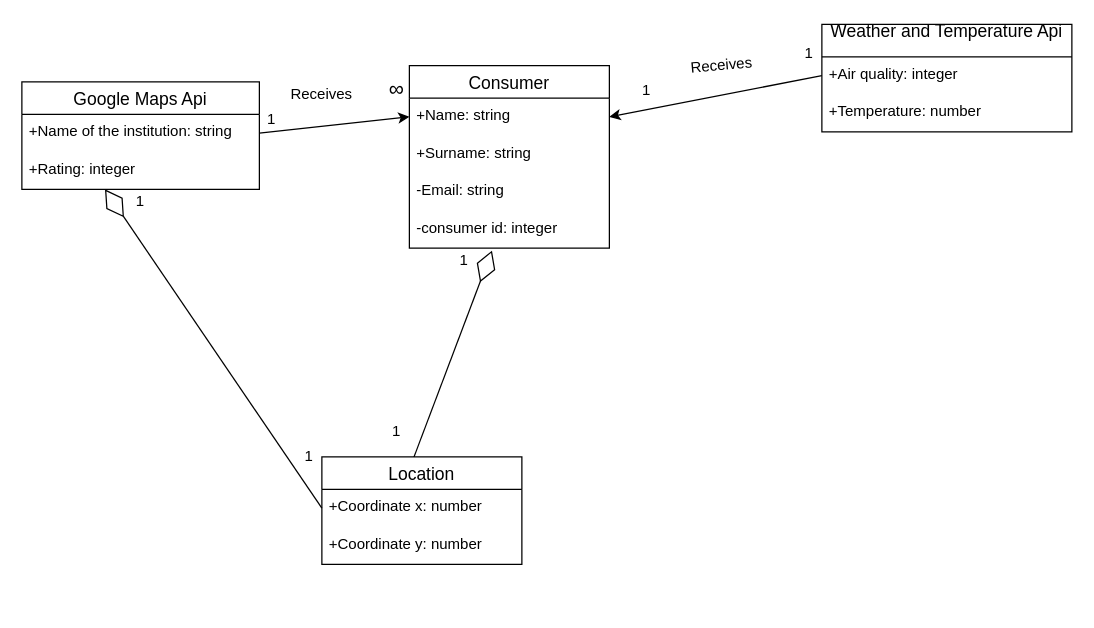
Earlier version of the draw.io diagram 2-SoftwareDesign/2.5-UMLProgramClasses/UMLProgramClasses.drawio (oleksandrblazhko/ai204-maksimenko). Source tidied: cells renumbered, new cells numbered last; positions are measured from the earlier drawing's top-left corner, leaving out a move shared by most shapes. Both pictures are drawn from the tidied source at 125%, with x=0, y=0 at pixel (21, 24).
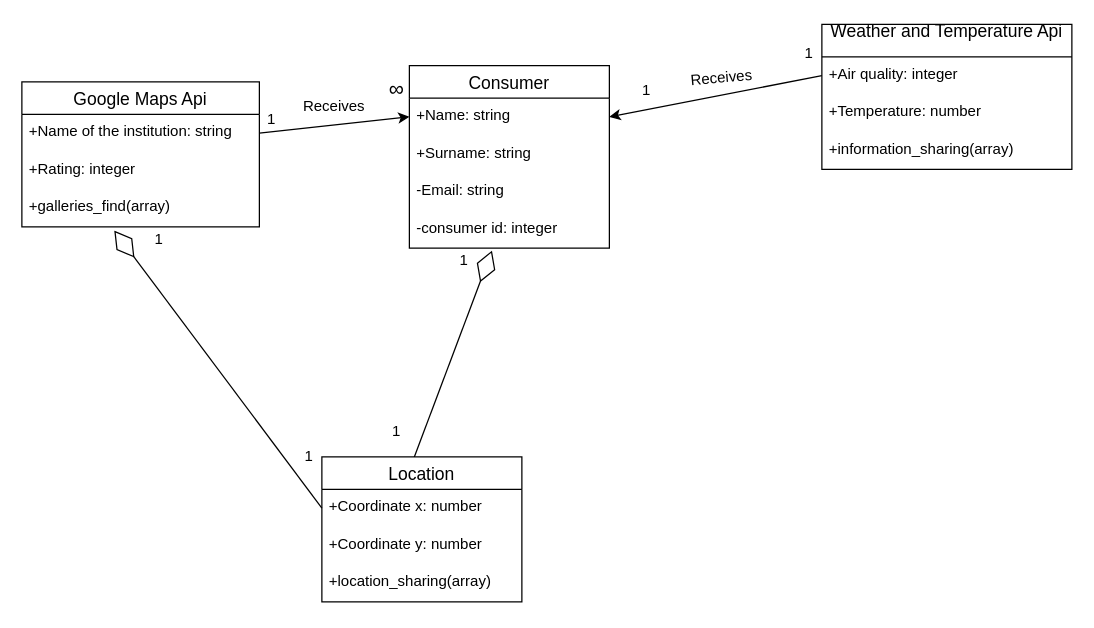
The same page after the edit.

Unchanged cells that the change refers to:
```xml
<mxCell id="4" value="+Rating: integer" style="text;strokeColor=none;fillColor=none;spacingLeft=4;spacingRight=4;overflow=hidden;points=[[0,0.5],[1,0.5]];portConstraint=eastwest;fontSize=12;" parent="2" vertex="1">
  <mxGeometry y="56" width="190" height="30" as="geometry" />
</mxCell>
<mxCell id="28" value="+Coordinate x: number" style="text;strokeColor=none;fillColor=none;spacingLeft=4;spacingRight=4;overflow=hidden;points=[[0,0.5],[1,0.5]];portConstraint=eastwest;fontSize=12;" parent="27" vertex="1">
  <mxGeometry y="26" width="160" height="30" as="geometry" />
</mxCell>
```

Change to the diagram source:
```diff
@@
     <mxCell id="2" value="Google Maps Api" style="swimlane;fontStyle=0;horizontal=1;startSize=26;align=center;fontSize=14;" parent="1" vertex="1">
-      <mxGeometry y="46" width="190" height="86" as="geometry" />
+      <mxGeometry y="46" width="190" height="116" as="geometry" />
     </mxCell>
@@
+    <mxCell id="30" value="+galleries_find(array)" style="text;strokeColor=none;fillColor=none;spacingLeft=4;spacingRight=4;overflow=hidden;points=[[0,0.5],[1,0.5]];portConstraint=eastwest;fontSize=12;" parent="2" vertex="1">
+      <mxGeometry y="86" width="190" height="30" as="geometry" />
+    </mxCell>
@@
     <mxCell id="7" value="Receives" style="text;html=1;strokeColor=none;fillColor=none;align=center;verticalAlign=middle;whiteSpace=wrap;rounded=0;" parent="1" vertex="1">
-      <mxGeometry x="200" y="46" width="80" height="20" as="geometry" />
+      <mxGeometry x="210" y="56" width="80" height="20" as="geometry" />
     </mxCell>
@@
-    <mxCell id="9" style="endArrow=diamondThin;endFill=0;endSize=24;html=1;exitX=0;exitY=0.5;exitDx=0;exitDy=0;entryX=0.35;entryY=1;entryDx=0;entryDy=0;entryPerimeter=0;" parent="1" edge="1" source="28" target="4">
+    <mxCell id="9" style="endArrow=diamondThin;endFill=0;endSize=24;html=1;exitX=0;exitY=0.5;exitDx=0;exitDy=0;entryX=0.389;entryY=1.1;entryDx=0;entryDy=0;entryPerimeter=0;" parent="1" edge="1" source="28" target="30">
       <mxGeometry relative="1" as="geometry" />
     </mxCell>
@@
     <mxCell id="12" value="1" style="text;html=1;strokeColor=none;fillColor=none;align=center;verticalAlign=middle;whiteSpace=wrap;rounded=0;" parent="1" vertex="1">
-      <mxGeometry x="75" y="132" width="40" height="20" as="geometry" />
+      <mxGeometry x="90" y="162" width="40" height="20" as="geometry" />
     </mxCell>
@@
     <mxCell id="14" value="Receives" style="text;html=1;strokeColor=none;fillColor=none;align=center;verticalAlign=middle;whiteSpace=wrap;rounded=0;rotation=-5;" parent="1" vertex="1">
-      <mxGeometry x="520" y="23" width="80" height="20" as="geometry" />
+      <mxGeometry x="520" y="33" width="80" height="20" as="geometry" />
     </mxCell>
@@
     <mxCell id="19" value="Weather and Temperature Api&#10;" style="swimlane;fontStyle=0;horizontal=1;startSize=26;align=center;fontSize=14;" parent="1" vertex="1">
-      <mxGeometry x="640" width="200" height="86" as="geometry" />
+      <mxGeometry x="640" width="200" height="116" as="geometry" />
     </mxCell>
@@
+    <mxCell id="31" value="+information_sharing(array)" style="text;strokeColor=none;fillColor=none;spacingLeft=4;spacingRight=4;overflow=hidden;fontSize=12;" parent="19" vertex="1">
+      <mxGeometry y="86" width="200" height="30" as="geometry" />
+    </mxCell>
@@
     <mxCell id="27" value="Location" style="swimlane;fontStyle=0;horizontal=1;startSize=26;align=center;fontSize=14;" parent="1" vertex="1">
-      <mxGeometry x="240" y="346" width="160" height="86" as="geometry" />
+      <mxGeometry x="240" y="346" width="160" height="116" as="geometry" />
     </mxCell>
@@
+    <mxCell id="32" value="+location_sharing(array)" style="text;strokeColor=none;fillColor=none;spacingLeft=4;spacingRight=4;overflow=hidden;fontSize=12;" parent="27" vertex="1">
+      <mxGeometry y="86" width="160" height="30" as="geometry" />
+    </mxCell>
```
